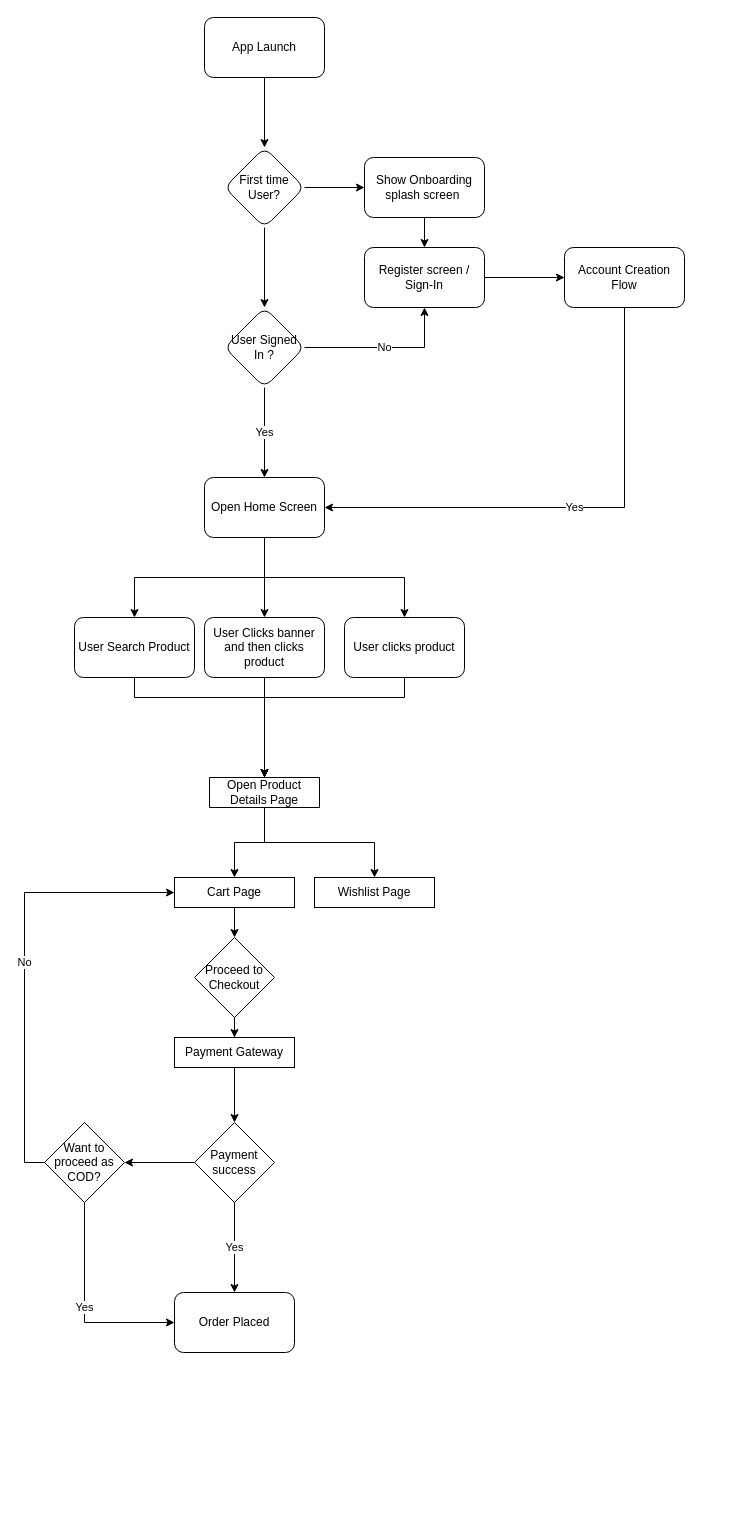
keerthy911/Process keeps this draw.io diagram as Annachy Flow.drawio. Above is the earlier version. Source tidied: cells renumbered, new cells numbered last; positions are measured from the earlier drawing's top-left corner, leaving out a move shared by most shapes. Both pictures are drawn from the tidied source at 100%, with x=0, y=0 at pixel (24, 17).
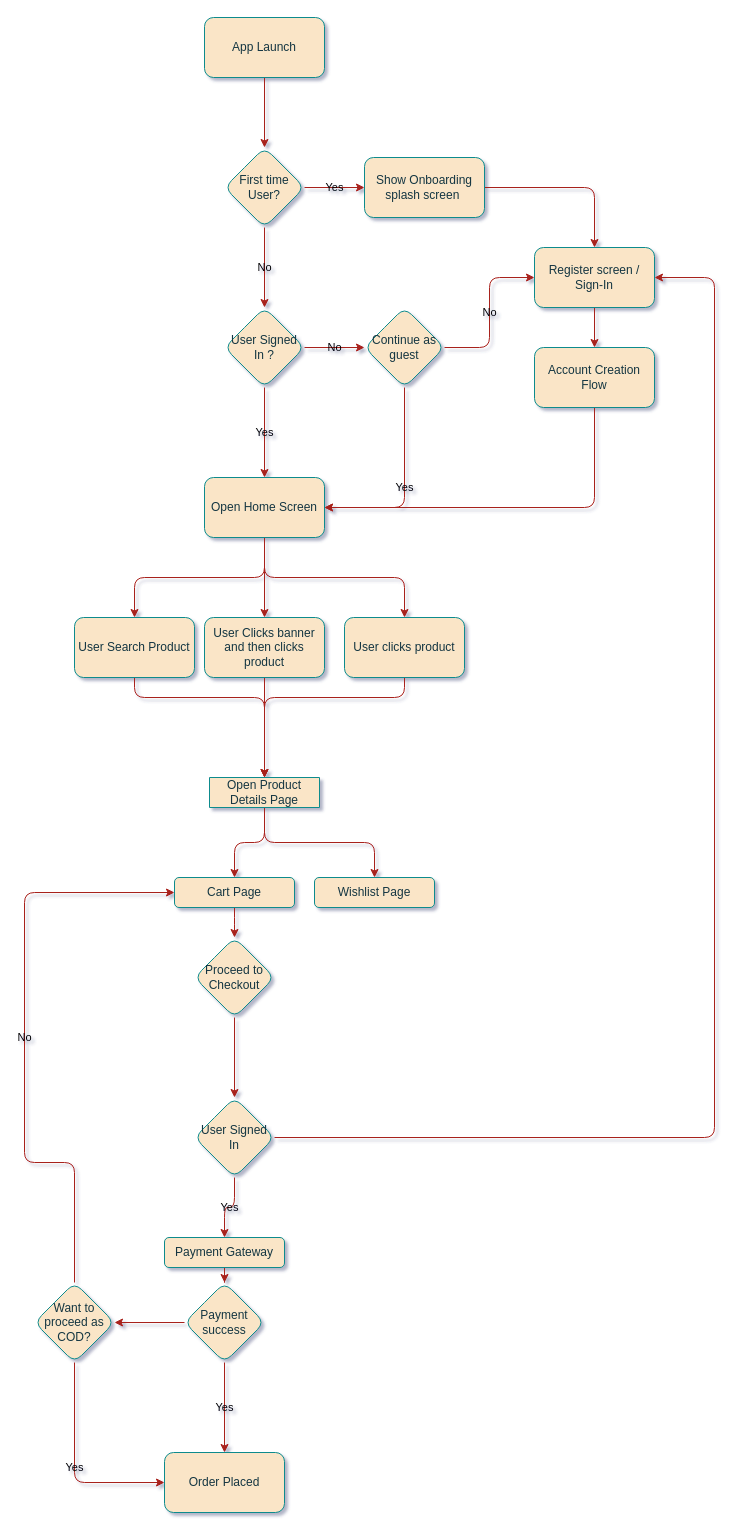
Above is the later version.

The edit, as a diff of the source:
```diff
@@
-<mxGraphModel>
+<mxGraphModel shadow="1">
@@
-    <mxCell id="2" style="edgeStyle=orthogonalEdgeStyle;rounded=0;jettySize=auto;html=1;" parent="1" edge="1" source="3" target="6">
+    <mxCell id="2" style="edgeStyle=orthogonalEdgeStyle;rounded=1;jettySize=auto;html=1;labelBackgroundColor=none;strokeColor=#A8201A;fontColor=default;" parent="1" edge="1" source="3" target="6">
       <mxGeometry relative="1" as="geometry" />
     </mxCell>
-    <mxCell id="3" value="App Launch" style="rounded=1;whiteSpace=wrap;html=1;" parent="1" vertex="1">
+    <mxCell id="3" value="App Launch" style="rounded=1;whiteSpace=wrap;html=1;labelBackgroundColor=none;fillColor=#FAE5C7;strokeColor=#0F8B8D;fontColor=#143642;" parent="1" vertex="1">
       <mxGeometry x="180" width="120" height="60" as="geometry" />
     </mxCell>
-    <mxCell id="4" style="edgeStyle=orthogonalEdgeStyle;rounded=0;jettySize=auto;html=1;" parent="1" edge="1" source="6" target="8">
+    <mxCell id="4" value="Yes" style="edgeStyle=orthogonalEdgeStyle;rounded=1;jettySize=auto;html=1;labelBackgroundColor=none;strokeColor=#A8201A;fontColor=default;" parent="1" edge="1" source="6" target="8">
       <mxGeometry relative="1" as="geometry" />
     </mxCell>
-    <mxCell id="5" style="edgeStyle=orthogonalEdgeStyle;rounded=0;jettySize=auto;html=1;entryX=0.5;entryY=0;entryDx=0;entryDy=0;" parent="1" edge="1" source="6" target="13">
+    <mxCell id="5" value="No" style="edgeStyle=orthogonalEdgeStyle;rounded=1;jettySize=auto;html=1;entryX=0.5;entryY=0;entryDx=0;entryDy=0;labelBackgroundColor=none;strokeColor=#A8201A;fontColor=default;" parent="1" edge="1" source="6" target="13">
       <mxGeometry relative="1" as="geometry" />
     </mxCell>
-    <mxCell id="6" value="First time User?" style="rhombus;whiteSpace=wrap;html=1;rounded=1;" parent="1" vertex="1">
+    <mxCell id="6" value="First time User?" style="rhombus;whiteSpace=wrap;html=1;rounded=1;labelBackgroundColor=none;fillColor=#FAE5C7;strokeColor=#0F8B8D;fontColor=#143642;" parent="1" vertex="1">
       <mxGeometry x="200" y="130" width="80" height="80" as="geometry" />
     </mxCell>
-    <mxCell id="7" style="edgeStyle=orthogonalEdgeStyle;rounded=0;jettySize=auto;html=1;" parent="1" edge="1" source="8" target="10">
+    <mxCell id="7" style="edgeStyle=orthogonalEdgeStyle;rounded=1;jettySize=auto;html=1;labelBackgroundColor=none;strokeColor=#A8201A;fontColor=default;" parent="1" edge="1" source="8" target="10">
       <mxGeometry relative="1" as="geometry" />
     </mxCell>
-    <mxCell id="8" value="Show Onboarding splash screen&amp;nbsp;" style="whiteSpace=wrap;html=1;rounded=1;" parent="1" vertex="1">
+    <mxCell id="8" value="Show Onboarding splash screen&amp;nbsp;" style="whiteSpace=wrap;html=1;rounded=1;labelBackgroundColor=none;fillColor=#FAE5C7;strokeColor=#0F8B8D;fontColor=#143642;" parent="1" vertex="1">
       <mxGeometry x="340" y="140" width="120" height="60" as="geometry" />
     </mxCell>
-    <mxCell id="9" style="edgeStyle=orthogonalEdgeStyle;rounded=0;jettySize=auto;html=1;entryX=0;entryY=0.5;entryDx=0;entryDy=0;" parent="1" edge="1" source="10" target="19">
+    <mxCell id="9" style="edgeStyle=orthogonalEdgeStyle;rounded=1;jettySize=auto;html=1;labelBackgroundColor=none;strokeColor=#A8201A;fontColor=default;" parent="1" edge="1" source="10" target="19">
       <mxGeometry relative="1" as="geometry" />
     </mxCell>
-    <mxCell id="10" value="Register screen / Sign-In" style="whiteSpace=wrap;html=1;rounded=1;" parent="1" vertex="1">
-      <mxGeometry x="340" y="230" width="120" height="60" as="geometry" />
+    <mxCell id="10" value="Register screen / Sign-In" style="whiteSpace=wrap;html=1;rounded=1;labelBackgroundColor=none;fillColor=#FAE5C7;strokeColor=#0F8B8D;fontColor=#143642;" parent="1" vertex="1">
+      <mxGeometry x="510" y="230" width="120" height="60" as="geometry" />
     </mxCell>
-    <mxCell id="11" value="Yes" style="edgeStyle=orthogonalEdgeStyle;rounded=0;jettySize=auto;html=1;" parent="1" edge="1" source="13" target="17">
+    <mxCell id="11" value="Yes" style="edgeStyle=orthogonalEdgeStyle;rounded=1;jettySize=auto;html=1;labelBackgroundColor=none;strokeColor=#A8201A;fontColor=default;" parent="1" edge="1" source="13" target="17">
       <mxGeometry relative="1" as="geometry" />
     </mxCell>
-    <mxCell id="12" value="No" style="edgeStyle=orthogonalEdgeStyle;rounded=0;jettySize=auto;html=1;entryX=0.5;entryY=1;entryDx=0;entryDy=0;" parent="1" edge="1" source="13" target="10">
-      <mxGeometry relative="1" as="geometry" />
-    </mxCell>
+    <mxCell id="43" value="No" style="edgeStyle=orthogonalEdgeStyle;rounded=1;jettySize=auto;html=1;labelBackgroundColor=none;strokeColor=#A8201A;fontColor=default;" parent="1" edge="1" source="13" target="47">
+      <mxGeometry relative="1" as="geometry" />
+    </mxCell>
-    <mxCell id="13" value="User Signed In ?" style="rhombus;whiteSpace=wrap;html=1;rounded=1;" parent="1" vertex="1">
+    <mxCell id="13" value="User Signed In ?" style="rhombus;whiteSpace=wrap;html=1;rounded=1;labelBackgroundColor=none;fillColor=#FAE5C7;strokeColor=#0F8B8D;fontColor=#143642;" parent="1" vertex="1">
       <mxGeometry x="200" y="290" width="80" height="80" as="geometry" />
     </mxCell>
-    <mxCell id="14" style="edgeStyle=orthogonalEdgeStyle;rounded=0;jettySize=auto;html=1;exitX=0.5;exitY=1;exitDx=0;exitDy=0;" parent="1" edge="1" source="17" target="21">
+    <mxCell id="14" style="edgeStyle=orthogonalEdgeStyle;rounded=1;jettySize=auto;html=1;exitX=0.5;exitY=1;exitDx=0;exitDy=0;labelBackgroundColor=none;strokeColor=#A8201A;fontColor=default;" parent="1" edge="1" source="17" target="21">
       <mxGeometry relative="1" as="geometry" />
     </mxCell>
-    <mxCell id="15" style="edgeStyle=orthogonalEdgeStyle;rounded=0;jettySize=auto;html=1;" parent="1" edge="1" source="17" target="23">
+    <mxCell id="15" style="edgeStyle=orthogonalEdgeStyle;rounded=1;jettySize=auto;html=1;labelBackgroundColor=none;strokeColor=#A8201A;fontColor=default;" parent="1" edge="1" source="17" target="23">
       <mxGeometry relative="1" as="geometry" />
     </mxCell>
-    <mxCell id="16" style="edgeStyle=orthogonalEdgeStyle;rounded=0;jettySize=auto;html=1;exitX=0.5;exitY=1;exitDx=0;exitDy=0;" parent="1" edge="1" source="17" target="25">
+    <mxCell id="16" style="edgeStyle=orthogonalEdgeStyle;rounded=1;jettySize=auto;html=1;exitX=0.5;exitY=1;exitDx=0;exitDy=0;labelBackgroundColor=none;strokeColor=#A8201A;fontColor=default;" parent="1" edge="1" source="17" target="25">
       <mxGeometry relative="1" as="geometry">
         <Array as="points">
           <mxPoint x="240" y="560" />
           <mxPoint x="380" y="560" />
         </Array>
       </mxGeometry>
     </mxCell>
-    <mxCell id="17" value="Open Home Screen" style="rounded=1;whiteSpace=wrap;html=1;" parent="1" vertex="1">
+    <mxCell id="17" value="Open Home Screen" style="rounded=1;whiteSpace=wrap;html=1;labelBackgroundColor=none;fillColor=#FAE5C7;strokeColor=#0F8B8D;fontColor=#143642;" parent="1" vertex="1">
       <mxGeometry x="180" y="460" width="120" height="60" as="geometry" />
     </mxCell>
-    <mxCell id="18" value="Yes" style="edgeStyle=orthogonalEdgeStyle;rounded=0;jettySize=auto;html=1;entryX=1;entryY=0.5;entryDx=0;entryDy=0;exitX=0.5;exitY=1;exitDx=0;exitDy=0;" parent="1" edge="1" source="19" target="17">
+    <mxCell id="18" style="edgeStyle=orthogonalEdgeStyle;rounded=1;jettySize=auto;html=1;entryX=1;entryY=0.5;entryDx=0;entryDy=0;exitX=0.5;exitY=1;exitDx=0;exitDy=0;labelBackgroundColor=none;strokeColor=#A8201A;fontColor=default;" parent="1" edge="1" source="19" target="17">
       <mxGeometry relative="1" as="geometry">
         <Array as="points">
-          <mxPoint x="600" y="490" />
+          <mxPoint x="570" y="490" />
         </Array>
       </mxGeometry>
     </mxCell>
-    <mxCell id="19" value="Account Creation Flow" style="whiteSpace=wrap;html=1;rounded=1;" parent="1" vertex="1">
-      <mxGeometry x="540" y="230" width="120" height="60" as="geometry" />
+    <mxCell id="19" value="Account Creation Flow" style="whiteSpace=wrap;html=1;rounded=1;labelBackgroundColor=none;fillColor=#FAE5C7;strokeColor=#0F8B8D;fontColor=#143642;" parent="1" vertex="1">
+      <mxGeometry x="510" y="330" width="120" height="60" as="geometry" />
     </mxCell>
-    <mxCell id="20" style="edgeStyle=orthogonalEdgeStyle;rounded=0;jettySize=auto;html=1;entryX=0.5;entryY=0;entryDx=0;entryDy=0;" parent="1" edge="1" source="21" target="28">
+    <mxCell id="20" style="edgeStyle=orthogonalEdgeStyle;rounded=1;jettySize=auto;html=1;entryX=0.5;entryY=0;entryDx=0;entryDy=0;labelBackgroundColor=none;strokeColor=#A8201A;fontColor=default;" parent="1" edge="1" source="21" target="28">
       <mxGeometry relative="1" as="geometry">
         <Array as="points">
           <mxPoint x="110" y="680" />
           <mxPoint x="240" y="680" />
         </Array>
       </mxGeometry>
     </mxCell>
-    <mxCell id="21" value="User Search Product" style="whiteSpace=wrap;html=1;rounded=1;" parent="1" vertex="1">
+    <mxCell id="21" value="User Search Product" style="whiteSpace=wrap;html=1;rounded=1;labelBackgroundColor=none;fillColor=#FAE5C7;strokeColor=#0F8B8D;fontColor=#143642;" parent="1" vertex="1">
       <mxGeometry x="50" y="600" width="120" height="60" as="geometry" />
     </mxCell>
-    <mxCell id="22" style="edgeStyle=orthogonalEdgeStyle;rounded=0;jettySize=auto;html=1;entryX=0.5;entryY=0;entryDx=0;entryDy=0;" parent="1" edge="1" source="23" target="28">
+    <mxCell id="22" style="edgeStyle=orthogonalEdgeStyle;rounded=1;jettySize=auto;html=1;entryX=0.5;entryY=0;entryDx=0;entryDy=0;labelBackgroundColor=none;strokeColor=#A8201A;fontColor=default;" parent="1" edge="1" source="23" target="28">
       <mxGeometry relative="1" as="geometry" />
     </mxCell>
-    <mxCell id="23" value="User Clicks banner and then clicks product" style="whiteSpace=wrap;html=1;rounded=1;" parent="1" vertex="1">
+    <mxCell id="23" value="User Clicks banner and then clicks product" style="whiteSpace=wrap;html=1;rounded=1;labelBackgroundColor=none;fillColor=#FAE5C7;strokeColor=#0F8B8D;fontColor=#143642;" parent="1" vertex="1">
       <mxGeometry x="180" y="600" width="120" height="60" as="geometry" />
     </mxCell>
-    <mxCell id="24" style="edgeStyle=orthogonalEdgeStyle;rounded=0;jettySize=auto;html=1;entryX=0.5;entryY=0;entryDx=0;entryDy=0;" parent="1" edge="1" source="25" target="28">
+    <mxCell id="24" style="edgeStyle=orthogonalEdgeStyle;rounded=1;jettySize=auto;html=1;entryX=0.5;entryY=0;entryDx=0;entryDy=0;labelBackgroundColor=none;strokeColor=#A8201A;fontColor=default;" parent="1" edge="1" source="25" target="28">
       <mxGeometry relative="1" as="geometry">
         <Array as="points">
           <mxPoint x="380" y="680" />
           <mxPoint x="240" y="680" />
         </Array>
       </mxGeometry>
     </mxCell>
-    <mxCell id="25" value="User clicks product" style="whiteSpace=wrap;html=1;rounded=1;" parent="1" vertex="1">
+    <mxCell id="25" value="User clicks product" style="whiteSpace=wrap;html=1;rounded=1;labelBackgroundColor=none;fillColor=#FAE5C7;strokeColor=#0F8B8D;fontColor=#143642;" parent="1" vertex="1">
       <mxGeometry x="320" y="600" width="120" height="60" as="geometry" />
     </mxCell>
-    <mxCell id="26" style="edgeStyle=orthogonalEdgeStyle;rounded=0;jettySize=auto;html=1;" parent="1" edge="1" source="28" target="30">
+    <mxCell id="26" style="edgeStyle=orthogonalEdgeStyle;rounded=1;jettySize=auto;html=1;labelBackgroundColor=none;strokeColor=#A8201A;fontColor=default;" parent="1" edge="1" source="28" target="30">
       <mxGeometry relative="1" as="geometry" />
     </mxCell>
-    <mxCell id="27" style="edgeStyle=orthogonalEdgeStyle;rounded=0;jettySize=auto;html=1;" parent="1" edge="1" source="28" target="31">
+    <mxCell id="27" style="edgeStyle=orthogonalEdgeStyle;rounded=1;jettySize=auto;html=1;labelBackgroundColor=none;strokeColor=#A8201A;fontColor=default;" parent="1" edge="1" source="28" target="31">
       <mxGeometry relative="1" as="geometry" />
     </mxCell>
-    <mxCell id="28" value="Open Product Details Page" style="swimlane;fontStyle=0;horizontal=1;startSize=30;whiteSpace=wrap;html=1;" parent="1" vertex="1" collapsed="1">
+    <mxCell id="28" value="Open Product Details Page" style="swimlane;fontStyle=0;horizontal=1;startSize=30;whiteSpace=wrap;html=1;labelBackgroundColor=none;fillColor=#FAE5C7;strokeColor=#0F8B8D;fontColor=#143642;rounded=1;" parent="1" vertex="1" collapsed="1">
       <mxGeometry x="185" y="760" width="110" height="30" as="geometry" />
     </mxCell>
-    <mxCell id="29" style="edgeStyle=orthogonalEdgeStyle;rounded=0;jettySize=auto;html=1;" parent="1" edge="1" source="30" target="33">
+    <mxCell id="29" style="edgeStyle=orthogonalEdgeStyle;rounded=1;jettySize=auto;html=1;labelBackgroundColor=none;strokeColor=#A8201A;fontColor=default;" parent="1" edge="1" source="30" target="33">
       <mxGeometry relative="1" as="geometry" />
     </mxCell>
-    <mxCell id="30" value="Cart Page" style="whiteSpace=wrap;html=1;fontStyle=0;startSize=30;" parent="1" vertex="1">
+    <mxCell id="30" value="Cart Page" style="whiteSpace=wrap;html=1;fontStyle=0;startSize=30;labelBackgroundColor=none;fillColor=#FAE5C7;strokeColor=#0F8B8D;fontColor=#143642;rounded=1;" parent="1" vertex="1">
       <mxGeometry x="150" y="860" width="120" height="30" as="geometry" />
     </mxCell>
-    <mxCell id="31" value="Wishlist Page" style="whiteSpace=wrap;html=1;fontStyle=0;startSize=30;" parent="1" vertex="1">
+    <mxCell id="31" value="Wishlist Page" style="whiteSpace=wrap;html=1;fontStyle=0;startSize=30;labelBackgroundColor=none;fillColor=#FAE5C7;strokeColor=#0F8B8D;fontColor=#143642;rounded=1;" parent="1" vertex="1">
       <mxGeometry x="290" y="860" width="120" height="30" as="geometry" />
     </mxCell>
-    <mxCell id="32" style="edgeStyle=orthogonalEdgeStyle;rounded=0;jettySize=auto;html=1;" parent="1" edge="1" source="33" target="35">
-      <mxGeometry relative="1" as="geometry" />
-    </mxCell>
+    <mxCell id="44" style="edgeStyle=orthogonalEdgeStyle;rounded=1;jettySize=auto;html=1;labelBackgroundColor=none;strokeColor=#A8201A;fontColor=default;" parent="1" edge="1" source="33" target="50">
+      <mxGeometry relative="1" as="geometry" />
+    </mxCell>
-    <mxCell id="33" value="Proceed to Checkout" style="rhombus;whiteSpace=wrap;html=1;fontStyle=0;startSize=30;" parent="1" vertex="1">
+    <mxCell id="33" value="Proceed to Checkout" style="rhombus;whiteSpace=wrap;html=1;fontStyle=0;startSize=30;labelBackgroundColor=none;fillColor=#FAE5C7;strokeColor=#0F8B8D;fontColor=#143642;rounded=1;" parent="1" vertex="1">
       <mxGeometry x="170" y="920" width="80" height="80" as="geometry" />
     </mxCell>
-    <mxCell id="34" style="edgeStyle=orthogonalEdgeStyle;rounded=0;jettySize=auto;html=1;" parent="1" edge="1" source="35" target="38">
+    <mxCell id="34" style="edgeStyle=orthogonalEdgeStyle;rounded=1;jettySize=auto;html=1;labelBackgroundColor=none;strokeColor=#A8201A;fontColor=default;" parent="1" edge="1" source="35" target="38">
       <mxGeometry relative="1" as="geometry" />
     </mxCell>
-    <mxCell id="35" value="Payment Gateway" style="whiteSpace=wrap;html=1;fontStyle=0;startSize=30;" parent="1" vertex="1">
-      <mxGeometry x="150" y="1020" width="120" height="30" as="geometry" />
+    <mxCell id="35" value="Payment Gateway" style="whiteSpace=wrap;html=1;fontStyle=0;startSize=30;labelBackgroundColor=none;fillColor=#FAE5C7;strokeColor=#0F8B8D;fontColor=#143642;rounded=1;" parent="1" vertex="1">
+      <mxGeometry x="140" y="1220" width="120" height="30" as="geometry" />
     </mxCell>
-    <mxCell id="36" value="Yes" style="edgeStyle=orthogonalEdgeStyle;rounded=0;jettySize=auto;html=1;" parent="1" edge="1" source="38" target="39">
+    <mxCell id="36" value="Yes" style="edgeStyle=orthogonalEdgeStyle;rounded=1;jettySize=auto;html=1;labelBackgroundColor=none;strokeColor=#A8201A;fontColor=default;" parent="1" edge="1" source="38" target="39">
       <mxGeometry relative="1" as="geometry" />
     </mxCell>
-    <mxCell id="37" style="edgeStyle=orthogonalEdgeStyle;rounded=0;jettySize=auto;html=1;" parent="1" edge="1" source="38" target="42">
+    <mxCell id="37" style="edgeStyle=orthogonalEdgeStyle;rounded=1;jettySize=auto;html=1;labelBackgroundColor=none;strokeColor=#A8201A;fontColor=default;" parent="1" edge="1" source="38" target="42">
       <mxGeometry relative="1" as="geometry" />
     </mxCell>
-    <mxCell id="38" value="Payment success" style="rhombus;whiteSpace=wrap;html=1;fontStyle=0;startSize=30;" parent="1" vertex="1">
-      <mxGeometry x="170" y="1105" width="80" height="80" as="geometry" />
+    <mxCell id="38" value="Payment success" style="rhombus;whiteSpace=wrap;html=1;fontStyle=0;startSize=30;labelBackgroundColor=none;fillColor=#FAE5C7;strokeColor=#0F8B8D;fontColor=#143642;rounded=1;" parent="1" vertex="1">
+      <mxGeometry x="160" y="1265" width="80" height="80" as="geometry" />
     </mxCell>
-    <mxCell id="39" value="Order Placed" style="rounded=1;whiteSpace=wrap;html=1;fontStyle=0;startSize=30;" parent="1" vertex="1">
-      <mxGeometry x="150" y="1275" width="120" height="60" as="geometry" />
+    <mxCell id="39" value="Order Placed" style="rounded=1;whiteSpace=wrap;html=1;fontStyle=0;startSize=30;labelBackgroundColor=none;fillColor=#FAE5C7;strokeColor=#0F8B8D;fontColor=#143642;" parent="1" vertex="1">
+      <mxGeometry x="140" y="1435" width="120" height="60" as="geometry" />
     </mxCell>
-    <mxCell id="40" value="Yes" style="edgeStyle=orthogonalEdgeStyle;rounded=0;jettySize=auto;html=1;entryX=0;entryY=0.5;entryDx=0;entryDy=0;exitX=0.5;exitY=1;exitDx=0;exitDy=0;" parent="1" edge="1" source="42" target="39">
+    <mxCell id="40" value="Yes" style="edgeStyle=orthogonalEdgeStyle;rounded=1;jettySize=auto;html=1;entryX=0;entryY=0.5;entryDx=0;entryDy=0;exitX=0.5;exitY=1;exitDx=0;exitDy=0;labelBackgroundColor=none;strokeColor=#A8201A;fontColor=default;" parent="1" edge="1" source="42" target="39">
       <mxGeometry relative="1" as="geometry">
         <Array as="points">
-          <mxPoint x="60" y="1305" />
+          <mxPoint x="50" y="1465" />
         </Array>
       </mxGeometry>
     </mxCell>
-    <mxCell id="41" value="No" style="edgeStyle=orthogonalEdgeStyle;rounded=0;jettySize=auto;html=1;entryX=0;entryY=0.5;entryDx=0;entryDy=0;" parent="1" edge="1" source="42" target="30">
+    <mxCell id="41" value="No" style="edgeStyle=orthogonalEdgeStyle;rounded=1;jettySize=auto;html=1;entryX=0;entryY=0.5;entryDx=0;entryDy=0;labelBackgroundColor=none;strokeColor=#A8201A;fontColor=default;" parent="1" edge="1" source="42" target="30">
       <mxGeometry relative="1" as="geometry">
         <Array as="points">
           <mxPoint y="1145" />
           <mxPoint y="875" />
         </Array>
       </mxGeometry>
     </mxCell>
-    <mxCell id="42" value="Want to proceed as COD?" style="rhombus;whiteSpace=wrap;html=1;fontStyle=0;startSize=30;" parent="1" vertex="1">
-      <mxGeometry x="20" y="1105" width="80" height="80" as="geometry" />
+    <mxCell id="42" value="Want to proceed as COD?" style="rhombus;whiteSpace=wrap;html=1;fontStyle=0;startSize=30;labelBackgroundColor=none;fillColor=#FAE5C7;strokeColor=#0F8B8D;fontColor=#143642;rounded=1;" parent="1" vertex="1">
+      <mxGeometry x="10" y="1265" width="80" height="80" as="geometry" />
     </mxCell>
+    <mxCell id="45" value="No" style="edgeStyle=orthogonalEdgeStyle;rounded=1;jettySize=auto;html=1;entryX=0;entryY=0.5;entryDx=0;entryDy=0;labelBackgroundColor=none;strokeColor=#A8201A;fontColor=default;" parent="1" edge="1" source="47" target="10">
+      <mxGeometry relative="1" as="geometry" />
+    </mxCell>
+    <mxCell id="46" value="Yes" style="edgeStyle=orthogonalEdgeStyle;rounded=1;jettySize=auto;html=1;entryX=1;entryY=0.5;entryDx=0;entryDy=0;exitX=0.5;exitY=1;exitDx=0;exitDy=0;labelBackgroundColor=none;strokeColor=#A8201A;fontColor=default;" parent="1" edge="1" source="47" target="17">
+      <mxGeometry relative="1" as="geometry" />
+    </mxCell>
+    <mxCell id="47" value="Continue as guest" style="rhombus;whiteSpace=wrap;html=1;rounded=1;labelBackgroundColor=none;fillColor=#FAE5C7;strokeColor=#0F8B8D;fontColor=#143642;" parent="1" vertex="1">
+      <mxGeometry x="340" y="290" width="80" height="80" as="geometry" />
+    </mxCell>
+    <mxCell id="48" value="Yes" style="edgeStyle=orthogonalEdgeStyle;rounded=1;jettySize=auto;html=1;entryX=0.5;entryY=0;entryDx=0;entryDy=0;labelBackgroundColor=none;strokeColor=#A8201A;fontColor=default;" parent="1" edge="1" source="50" target="35">
+      <mxGeometry relative="1" as="geometry" />
+    </mxCell>
+    <mxCell id="49" style="edgeStyle=orthogonalEdgeStyle;rounded=1;jettySize=auto;html=1;entryX=1;entryY=0.5;entryDx=0;entryDy=0;labelBackgroundColor=none;strokeColor=#A8201A;fontColor=default;" parent="1" edge="1" source="50" target="10">
+      <mxGeometry relative="1" as="geometry">
+        <Array as="points">
+          <mxPoint x="690" y="1120" />
+          <mxPoint x="690" y="260" />
+        </Array>
+      </mxGeometry>
+    </mxCell>
+    <mxCell id="50" value="User Signed In" style="rhombus;whiteSpace=wrap;html=1;fontStyle=0;startSize=30;labelBackgroundColor=none;fillColor=#FAE5C7;strokeColor=#0F8B8D;fontColor=#143642;rounded=1;" parent="1" vertex="1">
+      <mxGeometry x="170" y="1080" width="80" height="80" as="geometry" />
+    </mxCell>
```
